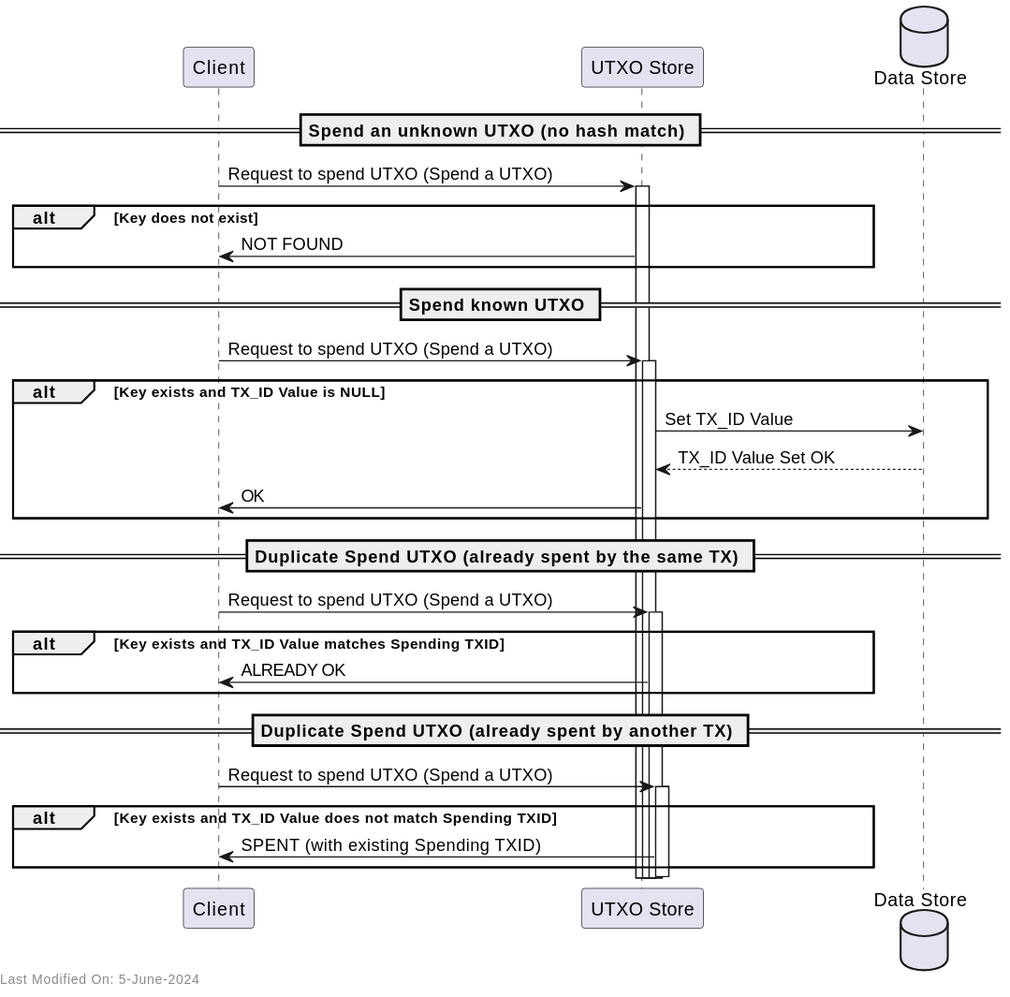
Earlier version of the PlantUML export docs/services/img/plantuml/utxo/utxo_spend_process.svg (freemans13/teranode). Its source is kept beside it as docs/services/img/plantuml/utxo/utxo_spend_process.puml. Source of this version:
```plantuml
@startuml
skinparam ParticipantPadding 120

participant "Client" as Client
participant "UTXO Store" as Store
database "Data Store" as Data


== Spend an unknown UTXO (no hash match) ==

Client -> Store: Request to spend UTXO (Spend a UTXO)
activate Store

alt Key does not exist
    Store -> Client: NOT FOUND
end


== Spend known UTXO ==

Client -> Store: Request to spend UTXO (Spend a UTXO)
activate Store

alt Key exists and TX_ID Value is NULL
    Store -> Data: Set TX_ID Value
    Data --> Store: TX_ID Value Set OK
    Store -> Client: OK
end


== Duplicate Spend UTXO (already spent by the same TX) ==

Client -> Store: Request to spend UTXO (Spend a UTXO)
activate Store

alt Key exists and TX_ID Value matches Spending TXID
    Store -> Client: ALREADY OK
end

== Duplicate Spend UTXO (already spent by another TX) ==

Client -> Store: Request to spend UTXO (Spend a UTXO)
activate Store

alt Key exists and TX_ID Value does not match Spending TXID
    Store -> Client: SPENT (with existing Spending TXID)
end



deactivate Store

left footer Last Modified On: %date("dd-MMM-yyyy")

@enduml
```
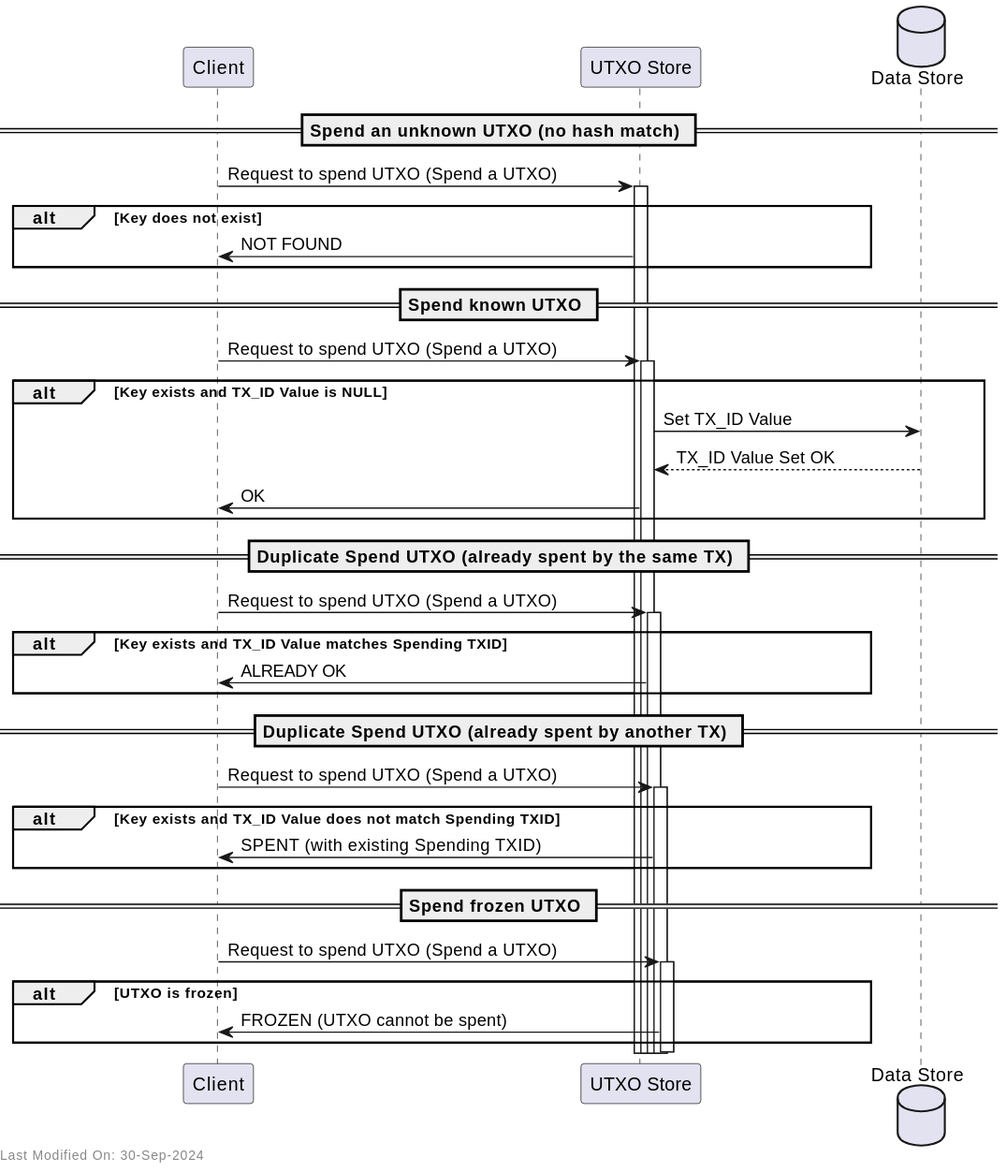
After the change.

Commit message:
Documentation - Alert Service - UTXO Store changes

Diff of the diagram source:
```diff
@@ -46,7 +46,14 @@
     Store -> Client: SPENT (with existing Spending TXID)
 end
 
+== Spend frozen UTXO ==
 
+Client -> Store: Request to spend UTXO (Spend a UTXO)
+activate Store
+
+alt UTXO is frozen
+    Store -> Client: FROZEN (UTXO cannot be spent)
+end
 
 deactivate Store
 
```
